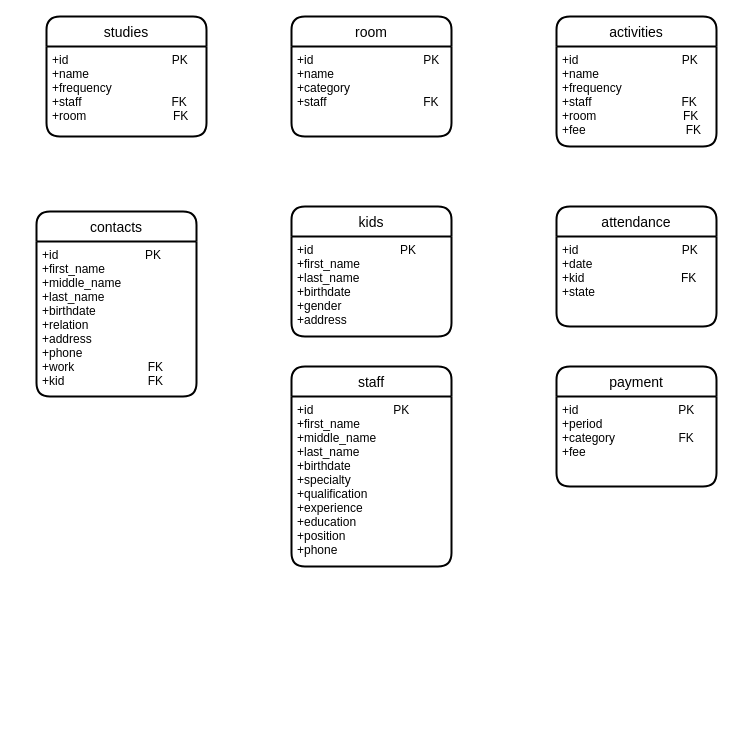
This is Kindergarten.drawio from Emma664/World-population, a draw.io file, before an edit. Source tidied: cells renumbered, new cells numbered last; positions are measured from the earlier drawing's top-left corner, leaving out a move shared by most shapes. Both pictures are drawn from the tidied source at 100%, with x=0, y=0 at pixel (36, 16).
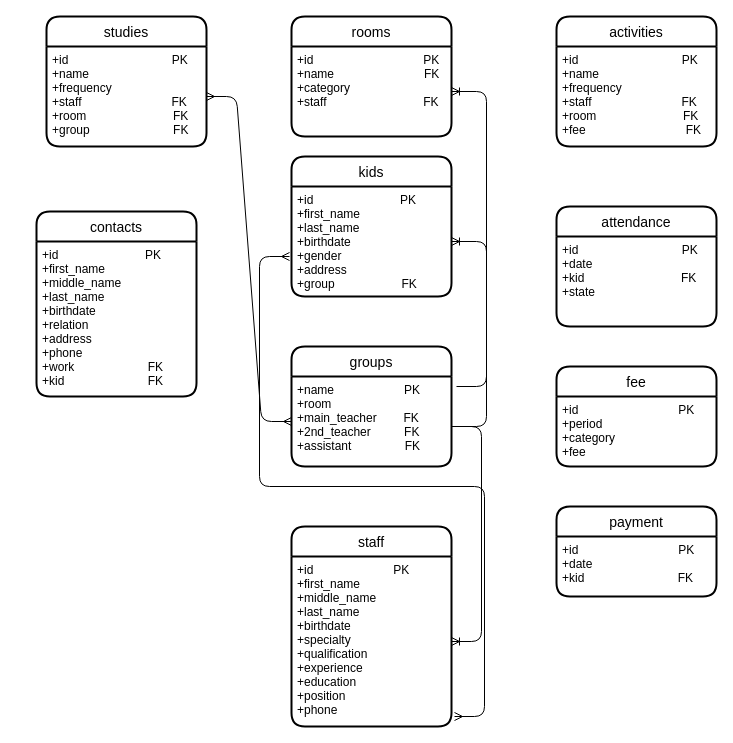
The same diagram, later.

The edit, as a diff of the source:
```diff
@@
-    <mxCell id="2" value="kids" style="swimlane;horizontal=1;startSize=30;rounded=1;fontSize=14;fontStyle=0;strokeWidth=2;shadow=0;dashed=0;align=center;" parent="1" vertex="1">
-      <mxGeometry x="255" y="190" width="160" height="130" as="geometry" />
-    </mxCell>
-    <mxCell id="3" value="+id                          PK&#10;+first_name&#10;+last_name&#10;+birthdate&#10;+gender&#10;+address" style="align=left;strokeColor=none;fillColor=none;spacingLeft=4;fontSize=12;verticalAlign=top;" parent="2" vertex="1">
-      <mxGeometry y="30" width="160" height="100" as="geometry" />
-    </mxCell>
-    <mxCell id="4" value="staff" style="swimlane;horizontal=1;startSize=30;rounded=1;fontSize=14;fontStyle=0;strokeWidth=2;shadow=0;dashed=0;align=center;" parent="1" vertex="1">
-      <mxGeometry x="255" y="350" width="160" height="200" as="geometry" />
-    </mxCell>
-    <mxCell id="5" value="+id                        PK&#10;+first_name&#10;+middle_name&#10;+last_name&#10;+birthdate&#10;+specialty&#10;+qualification&#10;+experience&#10;+education&#10;+position&#10;+phone" style="align=left;strokeColor=none;fillColor=none;spacingLeft=4;fontSize=12;verticalAlign=top;" parent="4" vertex="1">
-      <mxGeometry y="30" width="160" height="170" as="geometry" />
-    </mxCell>
@@
     <mxCell id="8" value="studies" style="swimlane;horizontal=1;startSize=30;rounded=1;fontSize=14;fontStyle=0;strokeWidth=2;shadow=0;dashed=0;align=center;" parent="1" vertex="1">
-      <mxGeometry x="10" width="160" height="120" as="geometry" />
+      <mxGeometry x="10" width="160" height="130" as="geometry" />
     </mxCell>
-    <mxCell id="9" value="+id                               PK&#10;+name&#10;+frequency&#10;+staff                           FK&#10;+room                          FK" style="align=left;strokeColor=none;fillColor=none;spacingLeft=4;fontSize=12;verticalAlign=top;" parent="8" vertex="1">
-      <mxGeometry y="30" width="160" height="90" as="geometry" />
+    <mxCell id="9" value="+id                               PK&#10;+name&#10;+frequency&#10;+staff                           FK&#10;+room                          FK&#10;+group                         FK" style="align=left;strokeColor=none;fillColor=none;spacingLeft=4;fontSize=12;verticalAlign=top;" parent="8" vertex="1">
+      <mxGeometry y="30" width="160" height="100" as="geometry" />
     </mxCell>
-    <mxCell id="10" value="room" style="swimlane;horizontal=1;startSize=30;rounded=1;fontSize=14;fontStyle=0;strokeWidth=2;shadow=0;dashed=0;align=center;" parent="1" vertex="1">
+    <mxCell id="10" value="rooms" style="swimlane;horizontal=1;startSize=30;rounded=1;fontSize=14;fontStyle=0;strokeWidth=2;shadow=0;dashed=0;align=center;" parent="1" vertex="1">
       <mxGeometry x="255" width="160" height="120" as="geometry" />
     </mxCell>
-    <mxCell id="11" value="+id                                 PK&#10;+name&#10;+category&#10;+staff                             FK" style="align=left;strokeColor=none;fillColor=none;spacingLeft=4;fontSize=12;verticalAlign=top;" parent="10" vertex="1">
+    <mxCell id="11" value="+id                                 PK&#10;+name                           FK&#10;+category&#10;+staff                             FK" style="align=left;strokeColor=none;fillColor=none;spacingLeft=4;fontSize=12;verticalAlign=top;" parent="10" vertex="1">
       <mxGeometry y="30" width="160" height="90" as="geometry" />
     </mxCell>
@@
-    <mxCell id="14" value="payment" style="swimlane;horizontal=1;startSize=30;rounded=1;fontSize=14;fontStyle=0;strokeWidth=2;shadow=0;dashed=0;align=center;" parent="1" vertex="1">
-      <mxGeometry x="520" y="350" width="160" height="120" as="geometry" />
+    <mxCell id="14" value="fee" style="swimlane;horizontal=1;startSize=30;rounded=1;fontSize=14;fontStyle=0;strokeWidth=2;shadow=0;dashed=0;align=center;" parent="1" vertex="1">
+      <mxGeometry x="520" y="350" width="160" height="100" as="geometry" />
     </mxCell>
-    <mxCell id="15" value="+id                              PK&#10;+period&#10;+category                   FK&#10;+fee" style="align=left;strokeColor=none;fillColor=none;spacingLeft=4;fontSize=12;verticalAlign=top;" parent="14" vertex="1">
-      <mxGeometry y="30" width="160" height="90" as="geometry" />
+    <mxCell id="15" value="+id                              PK&#10;+period&#10;+category                  &#10;+fee" style="align=left;strokeColor=none;fillColor=none;spacingLeft=4;fontSize=12;verticalAlign=top;" parent="14" vertex="1">
+      <mxGeometry y="30" width="160" height="70" as="geometry" />
     </mxCell>
@@
+    <mxCell id="18" style="edgeStyle=entityRelationEdgeStyle;fontSize=12;html=1;endArrow=ERoneToMany;" parent="1" edge="1" target="11">
+      <mxGeometry relative="1" as="geometry">
+        <mxPoint x="420" y="410" as="sourcePoint" />
+      </mxGeometry>
+    </mxCell>
+    <mxCell id="19" style="edgeStyle=entityRelationEdgeStyle;fontSize=12;html=1;endArrow=ERoneToMany;" parent="1" edge="1" target="3">
+      <mxGeometry relative="1" as="geometry">
+        <mxPoint x="420" y="370" as="sourcePoint" />
+      </mxGeometry>
+    </mxCell>
+    <mxCell id="20" style="edgeStyle=entityRelationEdgeStyle;fontSize=12;html=1;endArrow=ERmany;startArrow=ERmany;jumpStyle=none;" parent="1" edge="1">
+      <mxGeometry relative="1" as="geometry">
+        <mxPoint x="418" y="700" as="sourcePoint" />
+        <mxPoint x="253" y="240" as="targetPoint" />
+      </mxGeometry>
+    </mxCell>
+    <mxCell id="21" value="payment" style="swimlane;horizontal=1;startSize=30;rounded=1;fontSize=14;fontStyle=0;strokeWidth=2;shadow=0;dashed=0;align=center;" parent="1" vertex="1">
+      <mxGeometry x="520" y="490" width="160" height="90" as="geometry" />
+    </mxCell>
+    <mxCell id="22" value="+id                              PK&#10;+date&#10;+kid                            FK&#10;" style="align=left;strokeColor=none;fillColor=none;spacingLeft=4;fontSize=12;verticalAlign=top;" parent="21" vertex="1">
+      <mxGeometry y="30" width="160" height="60" as="geometry" />
+    </mxCell>
+    <mxCell id="2" value="kids" style="swimlane;horizontal=1;startSize=30;rounded=1;fontSize=14;fontStyle=0;strokeWidth=2;shadow=0;dashed=0;align=center;" parent="1" vertex="1">
+      <mxGeometry x="255" y="140" width="160" height="140" as="geometry" />
+    </mxCell>
+    <mxCell id="3" value="+id                          PK&#10;+first_name&#10;+last_name&#10;+birthdate&#10;+gender&#10;+address&#10;+group                    FK&#10;" style="align=left;strokeColor=none;fillColor=none;spacingLeft=4;fontSize=12;verticalAlign=top;" parent="2" vertex="1">
+      <mxGeometry y="30" width="160" height="110" as="geometry" />
+    </mxCell>
+    <mxCell id="23" value="groups" style="swimlane;horizontal=1;startSize=30;rounded=1;fontSize=14;fontStyle=0;strokeWidth=2;shadow=0;dashed=0;align=center;" parent="1" vertex="1">
+      <mxGeometry x="255" y="330" width="160" height="120" as="geometry" />
+    </mxCell>
+    <mxCell id="24" value="+name                     PK&#10;+room&#10;+main_teacher        FK&#10;+2nd_teacher          FK&#10;+assistant                FK" style="align=left;strokeColor=none;fillColor=none;spacingLeft=4;fontSize=12;verticalAlign=top;" parent="23" vertex="1">
+      <mxGeometry y="30" width="160" height="90" as="geometry" />
+    </mxCell>
+    <mxCell id="25" style="edgeStyle=entityRelationEdgeStyle;fontSize=12;html=1;endArrow=ERoneToMany;" parent="23" edge="1" target="5">
+      <mxGeometry relative="1" as="geometry">
+        <mxPoint x="160" y="80" as="sourcePoint" />
+      </mxGeometry>
+    </mxCell>
+    <mxCell id="4" value="staff" style="swimlane;horizontal=1;startSize=30;rounded=1;fontSize=14;fontStyle=0;strokeWidth=2;shadow=0;dashed=0;align=center;" parent="1" vertex="1">
+      <mxGeometry x="255" y="510" width="160" height="200" as="geometry" />
+    </mxCell>
+    <mxCell id="5" value="+id                        PK&#10;+first_name&#10;+middle_name&#10;+last_name&#10;+birthdate&#10;+specialty&#10;+qualification&#10;+experience&#10;+education&#10;+position&#10;+phone" style="align=left;strokeColor=none;fillColor=none;spacingLeft=4;fontSize=12;verticalAlign=top;" parent="4" vertex="1">
+      <mxGeometry y="30" width="160" height="170" as="geometry" />
+    </mxCell>
+    <mxCell id="26" style="edgeStyle=entityRelationEdgeStyle;fontSize=12;html=1;endArrow=ERmany;startArrow=ERmany;exitX=0;exitY=0.5;exitDx=0;exitDy=0;strokeColor=none;" parent="1" edge="1" source="23">
+      <mxGeometry relative="1" as="geometry">
+        <mxPoint x="10" y="50" as="targetPoint" />
+      </mxGeometry>
+    </mxCell>
+    <mxCell id="27" style="edgeStyle=entityRelationEdgeStyle;fontSize=12;html=1;endArrow=ERmany;startArrow=ERmany;" parent="1" edge="1" source="24" target="9">
+      <mxGeometry relative="1" as="geometry" />
+    </mxCell>
```
